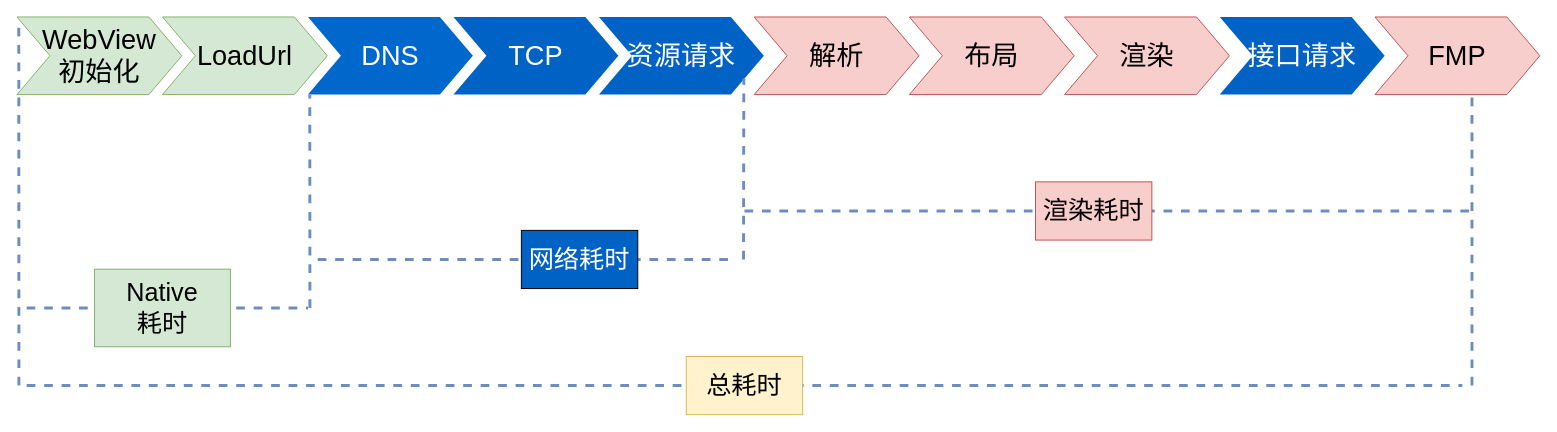
hottaiger/gitTest keeps this draw.io diagram as 性能分析.drawio. Above is the earlier version. Source tidied: cells renumbered, new cells numbered last; positions are measured from the earlier drawing's top-left corner, leaving out a move shared by most shapes. Both pictures are drawn from the tidied source at 97%, with x=0, y=0 at pixel (16, 16).
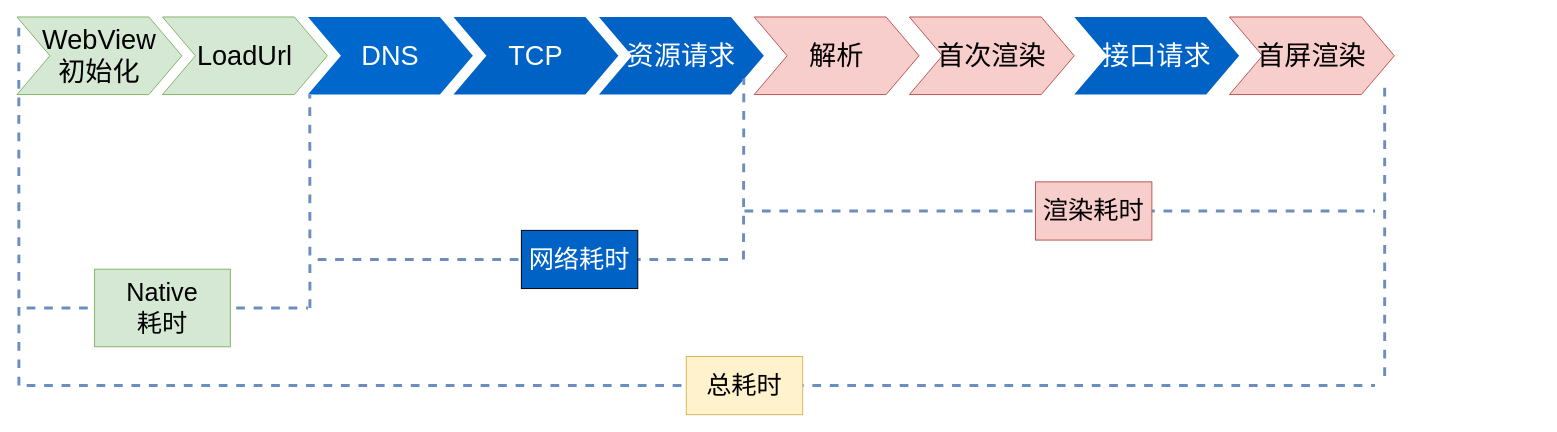
After the change.

Commit message:
更新性能分析.drawio

The edit, as a diff of the source:
```diff
@@
-    <mxCell id="8" value="布局" style="shape=step;whiteSpace=wrap;html=1;fontSize=28;fillColor=#f8cecc;strokeColor=#b85450;" parent="1" vertex="1">
+    <mxCell id="8" value="首次渲染" style="shape=step;whiteSpace=wrap;html=1;fontSize=28;fillColor=#f8cecc;strokeColor=#b85450;" parent="1" vertex="1">
       <mxGeometry x="920" width="170" height="80" as="geometry" />
     </mxCell>
-    <mxCell id="9" value="渲染" style="shape=step;whiteSpace=wrap;html=1;fontSize=28;fillColor=#f8cecc;strokeColor=#b85450;" parent="1" vertex="1">
-      <mxGeometry x="1080" width="170" height="80" as="geometry" />
-    </mxCell>
@@
     <mxCell id="15" style="endArrow=none;dashed=1;html=1;rounded=0;fontSize=26;strokeWidth=3;entryX=0.818;entryY=1.043;entryDx=0;entryDy=0;entryPerimeter=0;fillColor=#dae8fc;strokeColor=#6c8ebf;" parent="1" edge="1">
       <mxGeometry relative="1" as="geometry">
-        <mxPoint x="1500" y="380" as="sourcePoint" />
-        <mxPoint x="1500" y="80" as="targetPoint" />
+        <mxPoint x="1410" y="370" as="sourcePoint" />
+        <mxPoint x="1410" y="70" as="targetPoint" />
       </mxGeometry>
     </mxCell>
@@
     <mxCell id="18" style="endArrow=none;dashed=1;html=1;rounded=0;fontSize=26;fontColor=#FFFFFF;strokeWidth=3;fillColor=#dae8fc;strokeColor=#6c8ebf;" parent="1" edge="1">
       <mxGeometry relative="1" as="geometry">
         <mxPoint x="750" y="200" as="sourcePoint" />
-        <mxPoint x="1500" y="200" as="targetPoint" />
+        <mxPoint x="1400" y="200" as="targetPoint" />
       </mxGeometry>
     </mxCell>
@@
     <mxCell id="20" style="endArrow=none;dashed=1;html=1;rounded=0;fontSize=26;fontColor=#FFFFFF;strokeWidth=3;fillColor=#dae8fc;strokeColor=#6c8ebf;" parent="1" edge="1">
       <mxGeometry relative="1" as="geometry">
         <mxPoint x="10" y="380" as="sourcePoint" />
-        <mxPoint x="1490" y="380" as="targetPoint" />
+        <mxPoint x="1400" y="380" as="targetPoint" />
       </mxGeometry>
     </mxCell>
@@
     <mxCell id="22" value="接口请求" style="shape=step;whiteSpace=wrap;html=1;fontSize=28;fillColor=#0062C4;fontColor=#FFFFFF;strokeColor=none;" parent="1" vertex="1">
-      <mxGeometry x="1240" width="170" height="80" as="geometry" />
+      <mxGeometry x="1090" width="170" height="80" as="geometry" />
     </mxCell>
-    <mxCell id="23" value="FMP" style="shape=step;whiteSpace=wrap;html=1;fontSize=28;fillColor=#f8cecc;strokeColor=#b85450;" parent="1" vertex="1">
-      <mxGeometry x="1400" width="170" height="80" as="geometry" />
-    </mxCell>
+    <mxCell id="24" value="首屏渲染" style="shape=step;whiteSpace=wrap;html=1;fontSize=28;fillColor=#f8cecc;strokeColor=#b85450;" parent="1" vertex="1">
+      <mxGeometry x="1250" width="170" height="80" as="geometry" />
+    </mxCell>
```
